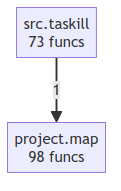
Above: project/compact_flow.png in semcod/taskill (Mermaid), before the change. Its source is kept beside it as project/compact_flow.mmd.
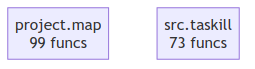
The same diagram one commit later.

What changed in the source:
```diff
@@ -1,4 +1,3 @@
 flowchart TD
-    project__map["project.map<br/>98 funcs"]
+    project__map["project.map<br/>99 funcs"]
     src__taskill["src.taskill<br/>73 funcs"]
-    src__taskill -->|1| project__map
```
